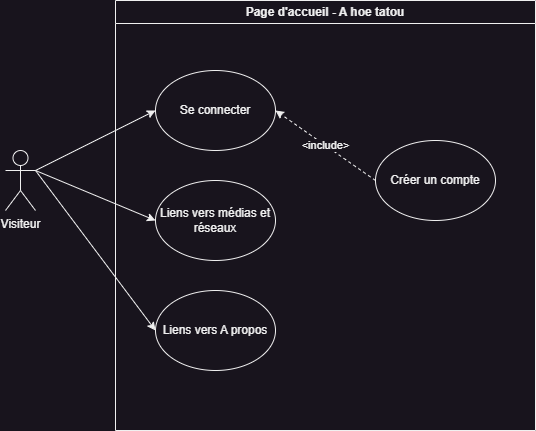
This is DOC/ressources/diagrammes/user-story-visiteur-accueil.png from naikibro/a-hoe-tatou, a draw.io export, as it was before one commit. Source tidied: cells renumbered, new cells last; positions are measured from the earlier drawing's top-left corner, leaving out a move shared by most shapes.
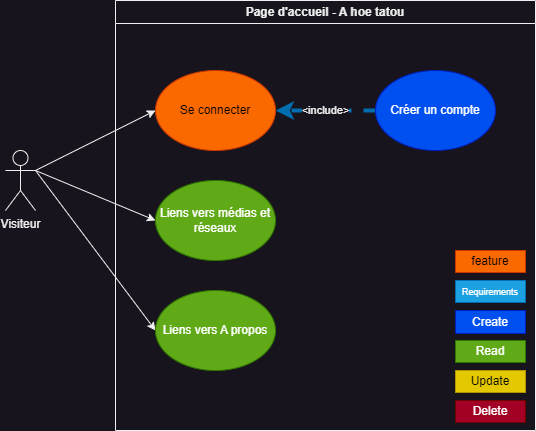
After the change.

What changed in the source:
```diff
@@ -17,20 +17,38 @@
     <mxCell id="6" value="Page d'accueil - A hoe tatou" style="swimlane;whiteSpace=wrap;html=1;" parent="1" vertex="1">
       <mxGeometry x="110" width="420" height="430" as="geometry" />
     </mxCell>
-    <mxCell id="7" value="Se connecter" style="ellipse;whiteSpace=wrap;html=1;" parent="6" vertex="1">
+    <mxCell id="7" value="Se connecter" style="ellipse;whiteSpace=wrap;html=1;fillColor=#fa6800;fontColor=#000000;strokeColor=#C73500;" parent="6" vertex="1">
       <mxGeometry x="40" y="70" width="120" height="80" as="geometry" />
     </mxCell>
-    <mxCell id="8" value="&amp;lt;include&amp;gt;" style="rounded=0;jettySize=auto;html=1;exitX=0;exitY=0.5;exitDx=0;exitDy=0;entryX=1;entryY=0.5;entryDx=0;entryDy=0;dashed=1;" parent="6" edge="1" source="9" target="7">
+    <mxCell id="8" value="&amp;lt;include&amp;gt;" style="rounded=0;jettySize=auto;html=1;exitX=0;exitY=0.5;exitDx=0;exitDy=0;entryX=1;entryY=0.5;entryDx=0;entryDy=0;dashed=1;fillColor=#1ba1e2;strokeColor=#006EAF;strokeWidth=4;" parent="6" edge="1" source="9" target="7">
       <mxGeometry relative="1" as="geometry" />
     </mxCell>
-    <mxCell id="9" value="Créer un compte" style="ellipse;whiteSpace=wrap;html=1;" parent="6" vertex="1">
-      <mxGeometry x="260" y="140" width="120" height="80" as="geometry" />
+    <mxCell id="9" value="Créer un compte" style="ellipse;whiteSpace=wrap;html=1;fillColor=#0050ef;fontColor=#ffffff;strokeColor=#001DBC;" parent="6" vertex="1">
+      <mxGeometry x="260" y="70" width="120" height="80" as="geometry" />
     </mxCell>
-    <mxCell id="10" value="Liens vers médias et réseaux" style="ellipse;whiteSpace=wrap;html=1;" parent="6" vertex="1">
+    <mxCell id="10" value="Liens vers médias et réseaux" style="ellipse;whiteSpace=wrap;html=1;fillColor=#60a917;fontColor=#ffffff;strokeColor=#2D7600;" parent="6" vertex="1">
       <mxGeometry x="40" y="180" width="120" height="80" as="geometry" />
     </mxCell>
-    <mxCell id="11" value="Liens vers A propos" style="ellipse;whiteSpace=wrap;html=1;" parent="6" vertex="1">
+    <mxCell id="11" value="Liens vers A propos" style="ellipse;whiteSpace=wrap;html=1;fillColor=#60a917;fontColor=#ffffff;strokeColor=#2D7600;" parent="6" vertex="1">
       <mxGeometry x="40" y="290" width="120" height="80" as="geometry" />
     </mxCell>
+    <mxCell id="12" value="feature" style="rounded=0;whiteSpace=wrap;html=1;fillColor=#fa6800;fontColor=#000000;strokeColor=#C73500;" parent="6" vertex="1">
+      <mxGeometry x="340" y="250" width="70" height="22" as="geometry" />
+    </mxCell>
+    <mxCell id="13" value="&lt;font style=&quot;font-size: 9px;&quot;&gt;Requirements&lt;/font&gt;" style="rounded=0;whiteSpace=wrap;html=1;fillColor=#1ba1e2;fontColor=#ffffff;strokeColor=#006EAF;" parent="6" vertex="1">
+      <mxGeometry x="340" y="280" width="70" height="22" as="geometry" />
+    </mxCell>
+    <mxCell id="14" value="Create" style="rounded=0;whiteSpace=wrap;html=1;fillColor=#0050ef;fontColor=#ffffff;strokeColor=#001DBC;" parent="6" vertex="1">
+      <mxGeometry x="340" y="310" width="70" height="23" as="geometry" />
+    </mxCell>
+    <mxCell id="15" value="Read" style="rounded=0;whiteSpace=wrap;html=1;fillColor=#60a917;fontColor=#ffffff;strokeColor=#2D7600;" parent="6" vertex="1">
+      <mxGeometry x="340" y="340" width="70" height="22" as="geometry" />
+    </mxCell>
+    <mxCell id="16" value="Update" style="rounded=0;whiteSpace=wrap;html=1;fillColor=#e3c800;fontColor=#000000;strokeColor=#B09500;" parent="6" vertex="1">
+      <mxGeometry x="340" y="370" width="70" height="22" as="geometry" />
+    </mxCell>
+    <mxCell id="17" value="Delete" style="rounded=0;whiteSpace=wrap;html=1;fillColor=#a20025;fontColor=#ffffff;strokeColor=#6F0000;" parent="6" vertex="1">
+      <mxGeometry x="340" y="400" width="70" height="22" as="geometry" />
+    </mxCell>
   </root>
 </mxGraphModel>
```
